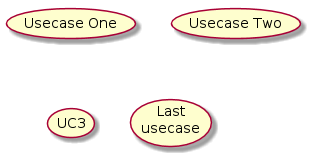
qingyunzs/qingyunzs.github.io keeps this PlantUML diagram as _site/assets/images/plantuml-quickstart-u1.png. Above is the earlier version.
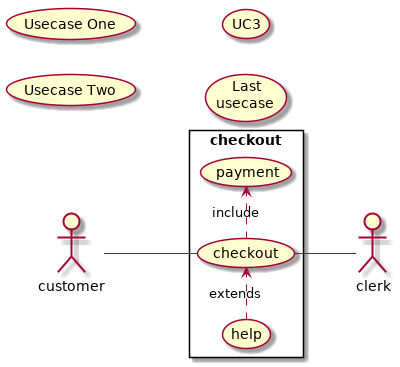
After the commit.

The edit, as a diff of the source:
```diff
@@ -3,4 +3,15 @@
 (Usecase Two) as (UC2)
 usecase UC3
 usecase (Last\nusecase) as UC4
+
+left to right direction
+skinparam packageStyle rect
+actor customer
+actor clerk
+rectangle checkout {
+   customer -- (checkout)
+   (checkout) .> (payment) : include
+   (help) .> (checkout) : extends
+   (checkout) -- clerk
+}
 @enduml
```
